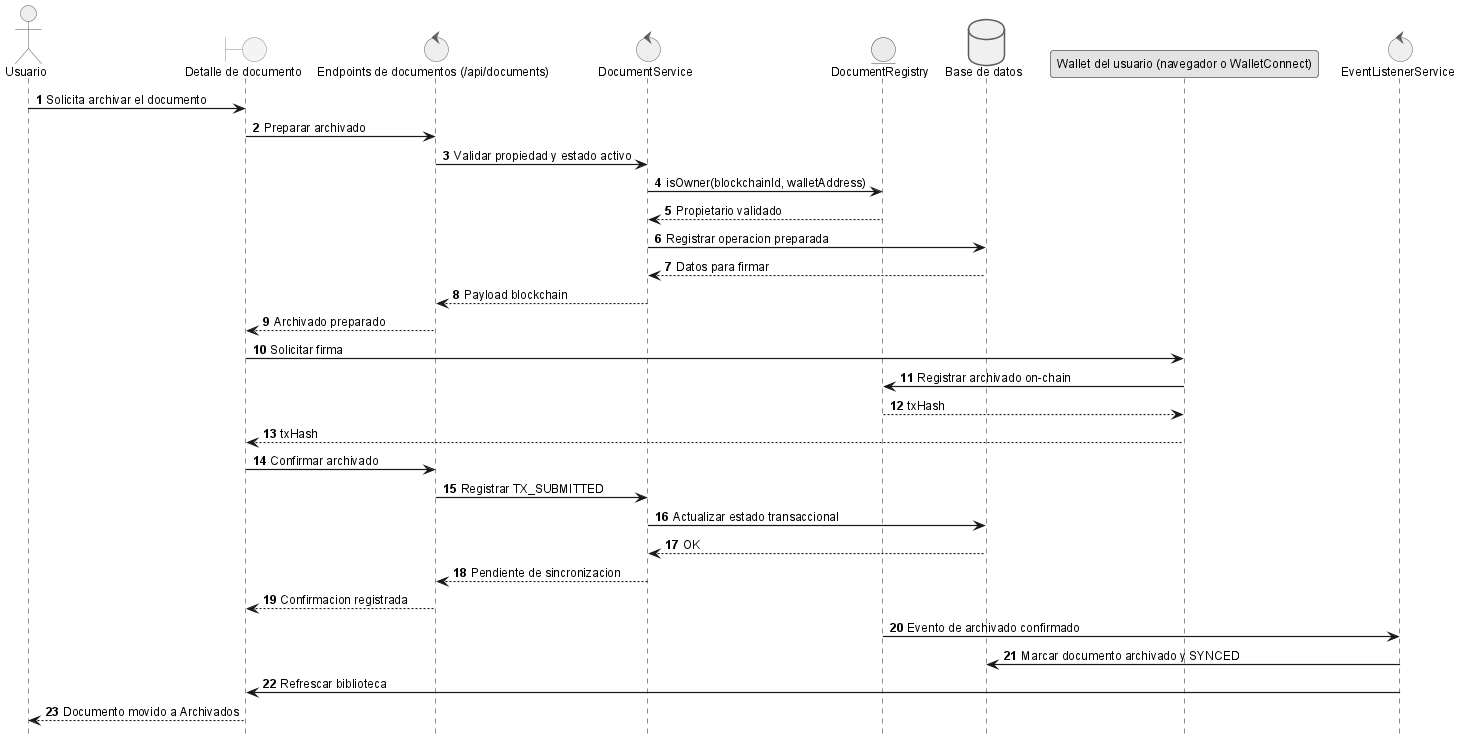
Above: anexos/diagramas/seq-archive.png in ErDeivih/DocumentChain (PlantUML), before the change.
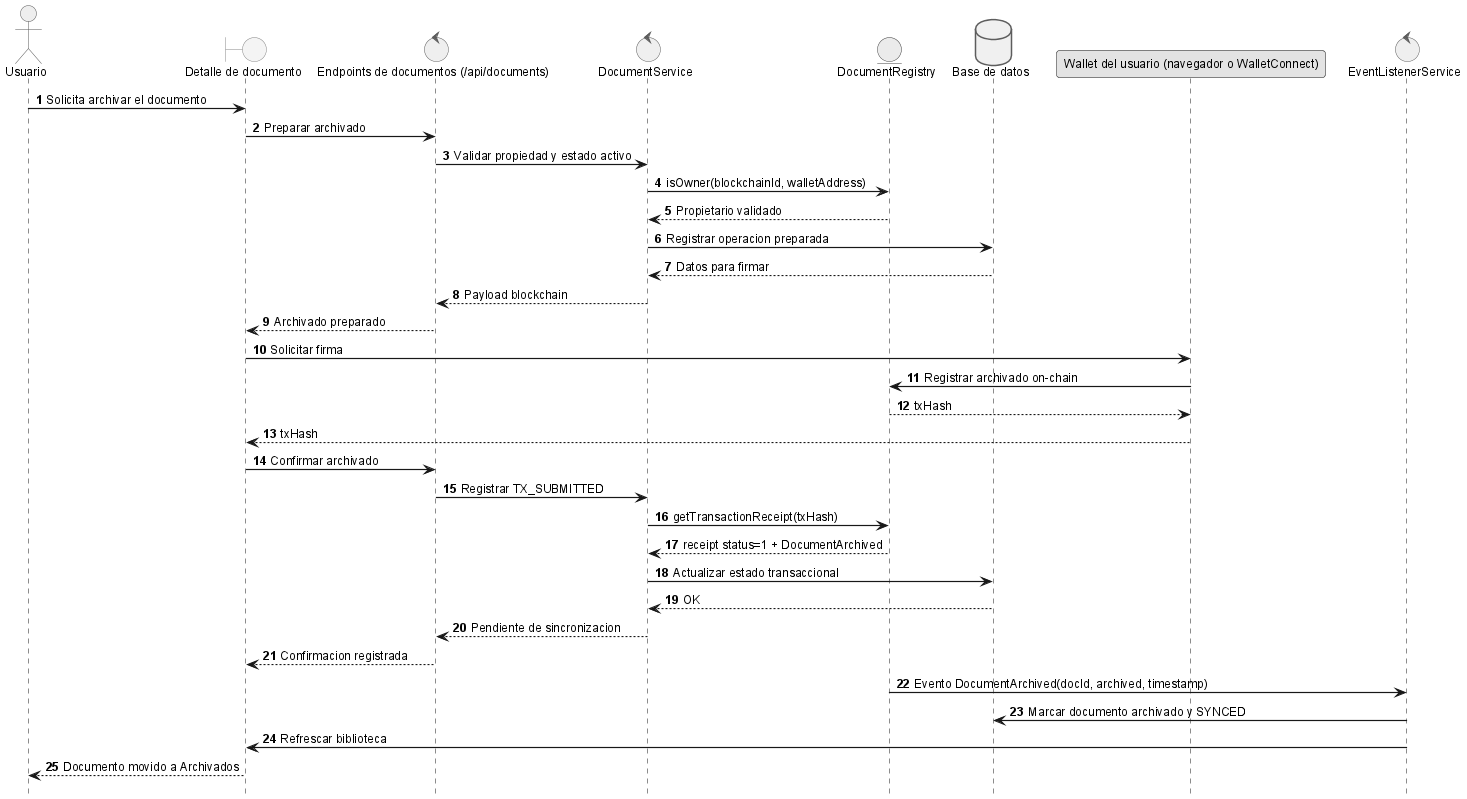
Later version of the same file.

The edit, as a diff of the source:
```diff
@@ -26,12 +26,14 @@
 
 ui -> api: Confirmar archivado
 api -> srv: Registrar TX_SUBMITTED
+srv -> sc: getTransactionReceipt(txHash)
+sc --> srv: receipt status=1 + DocumentArchived
 srv -> db: Actualizar estado transaccional
 db --> srv: OK
 srv --> api: Pendiente de sincronizacion
 api --> ui: Confirmacion registrada
 
-sc -> listener: Evento de archivado confirmado
+sc -> listener: Evento DocumentArchived(docId, archived, timestamp)
 listener -> db: Marcar documento archivado y SYNCED
 listener -> ui: Refrescar biblioteca
 ui --> user: Documento movido a Archivados
```
